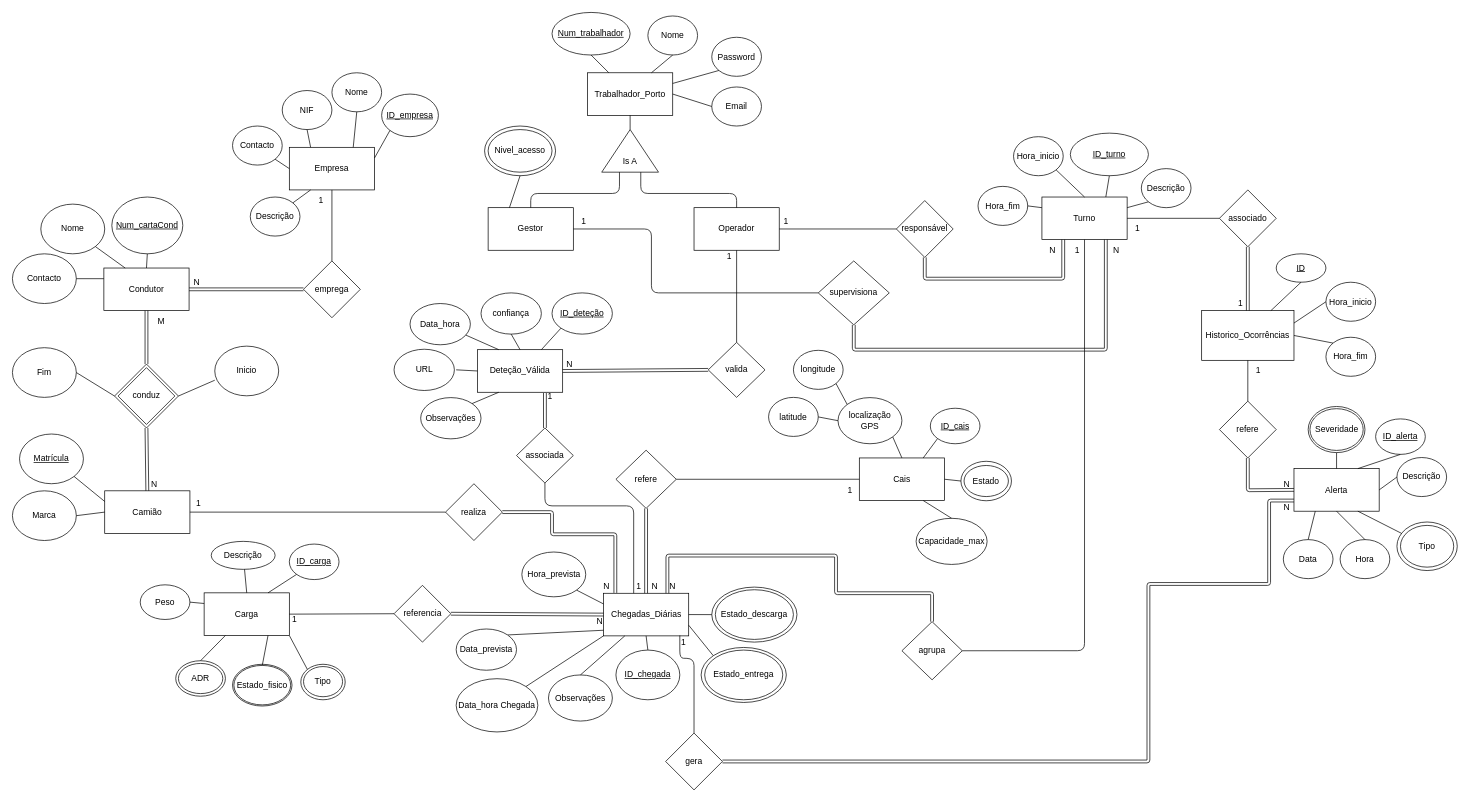
The draw.io diagram docs/BD/Relacional/DER-BD-IntelligentLogistics.drawio in PEI-HAZARDS/IntelligentLogistics, before the edit. Source tidied: cells renumbered, new cells numbered last; positions are measured from the earlier drawing's top-left corner, leaving out a move shared by most shapes. Both pictures are drawn from the tidied source at 71%, with x=0, y=0 at pixel (12, 12).
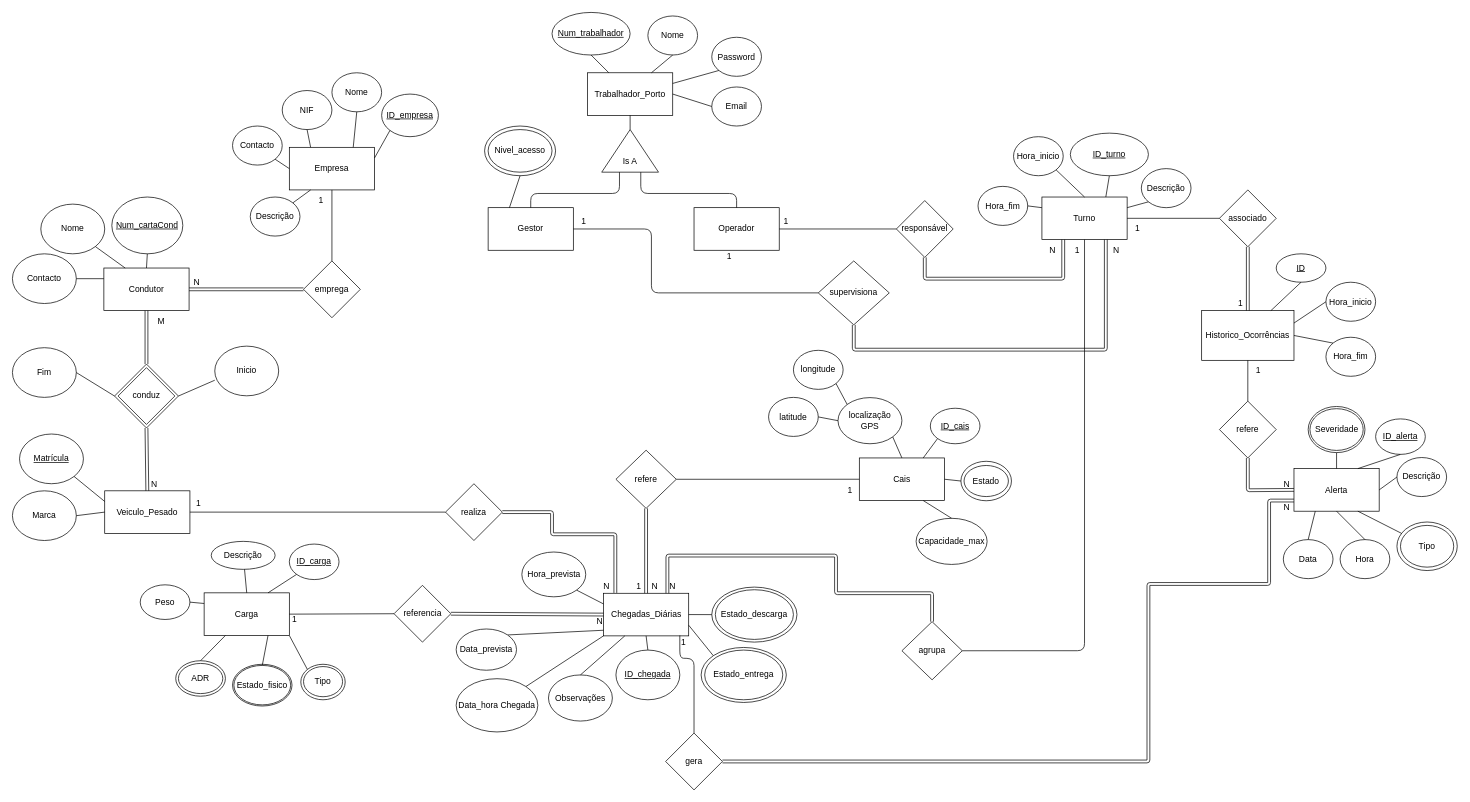
The same page after the edit.

The change refers to these unchanged cells:
```xml
<mxCell id="10" value="Operador" style="rounded=0;whiteSpace=wrap;html=1;" parent="1" vertex="1">
  <mxGeometry x="960" y="275" width="120" height="60" as="geometry" />
</mxCell>
<mxCell id="167" value="1" style="text;html=1;align=center;verticalAlign=middle;whiteSpace=wrap;rounded=0;" parent="1" vertex="1">
  <mxGeometry x="875" y="798.1" width="15" height="20" as="geometry" />
</mxCell>
```

Diff of the diagram source:
```diff
@@
-    <mxCell id="7" value="Camião" style="rounded=0;whiteSpace=wrap;html=1;" parent="1" vertex="1">
+    <mxCell id="7" value="Veiculo_Pesado" style="rounded=0;whiteSpace=wrap;html=1;" parent="1" vertex="1">
       <mxGeometry x="130" y="673.8" width="120" height="60" as="geometry" />
     </mxCell>
@@
-    <mxCell id="154" value="Deteção_Válida" style="rounded=0;whiteSpace=wrap;html=1;" parent="1" vertex="1">
-      <mxGeometry x="655" y="475" width="120" height="60" as="geometry" />
-    </mxCell>
-    <mxCell id="155" value="Data_hora" style="ellipse;whiteSpace=wrap;html=1;" parent="1" vertex="1">
-      <mxGeometry x="560" y="410" width="85" height="58.1" as="geometry" />
-    </mxCell>
-    <mxCell id="156" value="URL" style="ellipse;whiteSpace=wrap;html=1;" parent="1" vertex="1">
-      <mxGeometry x="537.5" y="474.4" width="85" height="58.1" as="geometry" />
-    </mxCell>
-    <mxCell id="157" value="confiança" style="ellipse;whiteSpace=wrap;html=1;" parent="1" vertex="1">
-      <mxGeometry x="660" y="395" width="85" height="58.1" as="geometry" />
-    </mxCell>
-    <mxCell id="158" value="&lt;u&gt;ID_deteção&lt;/u&gt;" style="ellipse;whiteSpace=wrap;html=1;" parent="1" vertex="1">
-      <mxGeometry x="760" y="395" width="85" height="58.1" as="geometry" />
-    </mxCell>
-    <mxCell id="159" value="Observações" style="ellipse;whiteSpace=wrap;html=1;" parent="1" vertex="1">
-      <mxGeometry x="575" y="542.5" width="85" height="58.1" as="geometry" />
-    </mxCell>
-    <mxCell id="160" style="endArrow=none;html=1;exitX=0.25;exitY=0;exitDx=0;exitDy=0;" parent="1" edge="1" source="154" target="155">
-      <mxGeometry relative="1" as="geometry" />
-    </mxCell>
-    <mxCell id="161" style="endArrow=none;html=1;exitX=0.5;exitY=0;exitDx=0;exitDy=0;entryX=0.5;entryY=1;entryDx=0;entryDy=0;" parent="1" edge="1" source="154" target="157">
-      <mxGeometry relative="1" as="geometry" />
-    </mxCell>
-    <mxCell id="162" style="endArrow=none;html=1;exitX=0.75;exitY=0;exitDx=0;exitDy=0;entryX=0;entryY=1;entryDx=0;entryDy=0;" parent="1" edge="1" source="154" target="158">
-      <mxGeometry relative="1" as="geometry" />
-    </mxCell>
-    <mxCell id="163" style="endArrow=none;html=1;exitX=1;exitY=0.5;exitDx=0;exitDy=0;entryX=0;entryY=0.5;entryDx=0;entryDy=0;" parent="1" edge="1" target="154">
-      <mxGeometry relative="1" as="geometry">
-        <mxPoint x="625" y="503.4" as="sourcePoint" />
-      </mxGeometry>
-    </mxCell>
-    <mxCell id="164" style="endArrow=none;html=1;exitX=1;exitY=0;exitDx=0;exitDy=0;entryX=0.25;entryY=1;entryDx=0;entryDy=0;" parent="1" edge="1" source="159" target="154">
-      <mxGeometry relative="1" as="geometry" />
-    </mxCell>
-    <mxCell id="165" value="valida" style="rhombus;whiteSpace=wrap;html=1;" parent="1" vertex="1">
-      <mxGeometry x="980" y="464.7" width="80" height="77.5" as="geometry" />
-    </mxCell>
-    <mxCell id="166" value="associada" style="rhombus;whiteSpace=wrap;html=1;" parent="1" vertex="1">
-      <mxGeometry x="710" y="585.3" width="80" height="77.5" as="geometry" />
-    </mxCell>
@@
-    <mxCell id="168" value="1" style="text;html=1;align=center;verticalAlign=middle;whiteSpace=wrap;rounded=0;" parent="1" vertex="1">
-      <mxGeometry x="750" y="535" width="15" height="12.5" as="geometry" />
-    </mxCell>
-    <mxCell id="169" style="endArrow=none;html=1;exitX=1;exitY=0.5;exitDx=0;exitDy=0;entryX=0;entryY=0.5;entryDx=0;entryDy=0;shape=link;" parent="1" edge="1" source="154" target="165">
-      <mxGeometry relative="1" as="geometry" />
-    </mxCell>
-    <mxCell id="170" style="endArrow=none;html=1;exitX=0.5;exitY=1;exitDx=0;exitDy=0;entryX=0.5;entryY=0;entryDx=0;entryDy=0;" parent="1" edge="1" source="10" target="165">
-      <mxGeometry relative="1" as="geometry" />
-    </mxCell>
@@
-    <mxCell id="172" value="N" style="text;html=1;align=center;verticalAlign=middle;whiteSpace=wrap;rounded=0;" parent="1" vertex="1">
-      <mxGeometry x="775" y="490" width="20" height="12.5" as="geometry" />
-    </mxCell>
@@
-    <mxCell id="193" style="endArrow=none;html=1;exitX=0.5;exitY=0;exitDx=0;exitDy=0;shape=link;" parent="1" edge="1" source="166">
-      <mxGeometry relative="1" as="geometry">
-        <mxPoint x="750" y="536" as="targetPoint" />
-      </mxGeometry>
-    </mxCell>
-    <mxCell id="194" style="endArrow=none;html=1;entryX=0.5;entryY=1;entryDx=0;entryDy=0;exitX=0;exitY=1;exitDx=0;exitDy=0;" parent="1" edge="1" source="167" target="166">
-      <mxGeometry relative="1" as="geometry">
-        <Array as="points">
-          <mxPoint x="875" y="695" />
-          <mxPoint x="750" y="695" />
-        </Array>
-      </mxGeometry>
-    </mxCell>
```
